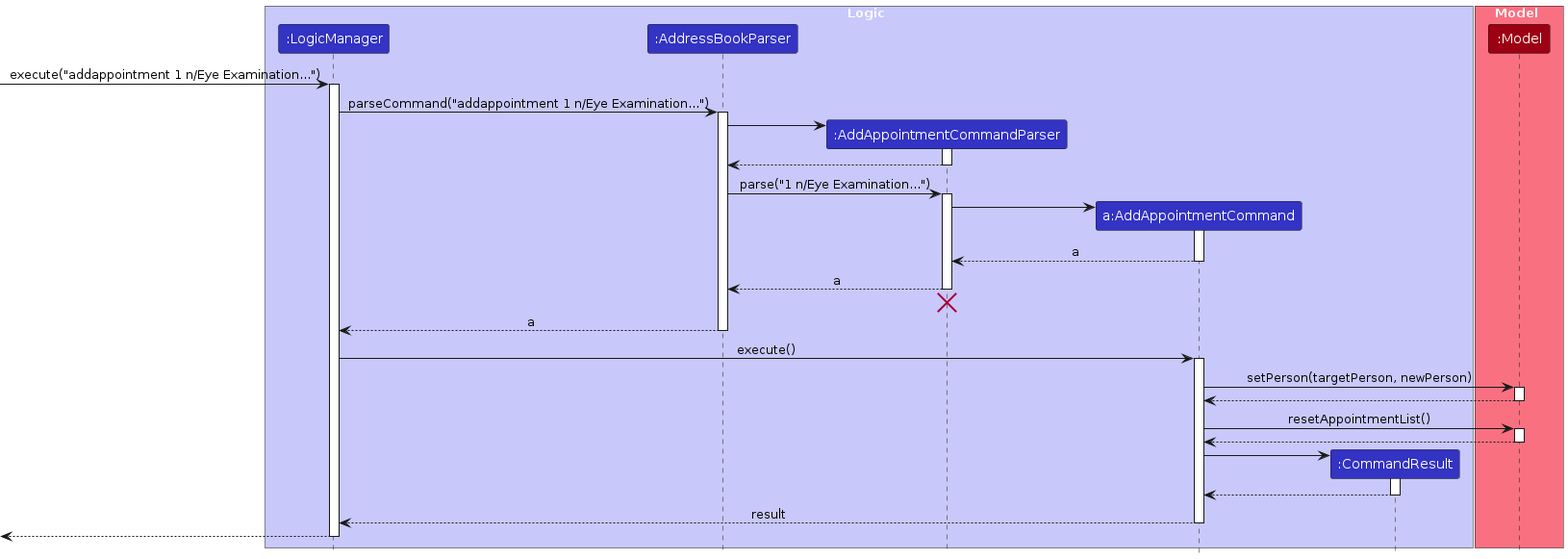
This is diagrams/AddAppointmentSequenceDiagram.png from ryanongwx/tp, a PlantUML export, as it was before one commit. Its source is kept beside it as diagrams/AddAppointmentSequenceDiagram.puml.
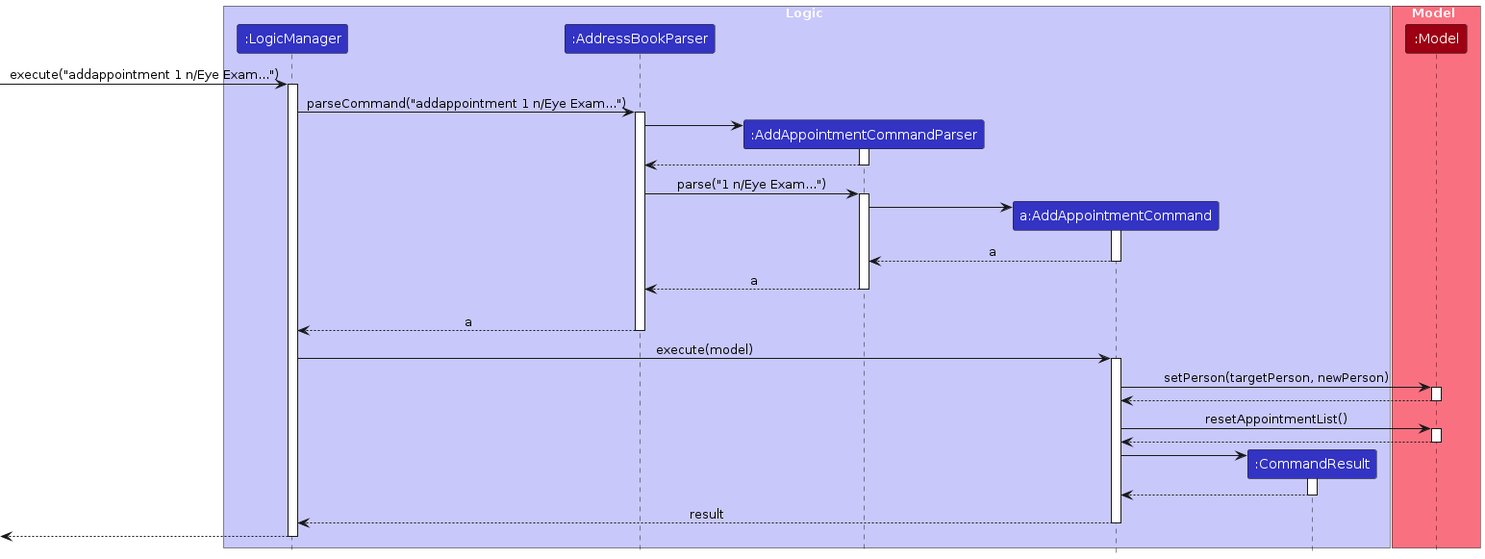
The same diagram one commit later.

What changed in the source:
```diff
@@ -14,10 +14,10 @@
 participant ":Model" as Model MODEL_COLOR
 end box
 
-[-> LogicManager : execute("addappointment 1 n/Eye Examination...")
+[-> LogicManager : execute("addappointment 1 n/Eye Exam...")
 activate LogicManager
 
-LogicManager -> AddressBookParser : parseCommand("addappointment 1 n/Eye Examination...")
+LogicManager -> AddressBookParser : parseCommand("addappointment 1 n/Eye Exam...")
 activate AddressBookParser
 
 create AddAppointmentCommandParser
@@ -27,7 +27,7 @@
 AddAppointmentCommandParser --> AddressBookParser
 deactivate AddAppointmentCommandParser
 
-AddressBookParser -> AddAppointmentCommandParser : parse("1 n/Eye Examination...")
+AddressBookParser -> AddAppointmentCommandParser : parse("1 n/Eye Exam...")
 activate AddAppointmentCommandParser
 
 create AddAppointmentCommand
@@ -40,12 +40,12 @@
 AddAppointmentCommandParser --> AddressBookParser : a
 deactivate AddAppointmentCommandParser
 AddAppointmentCommandParser -[hidden]-> AddressBookParser
-destroy AddAppointmentCommandParser
+deactivate AddAppointmentCommandParser
 
 AddressBookParser --> LogicManager : a
 deactivate AddressBookParser
 
-LogicManager -> AddAppointmentCommand : execute()
+LogicManager -> AddAppointmentCommand : execute(model)
 activate AddAppointmentCommand
 
 AddAppointmentCommand -> Model : setPerson(targetPerson, newPerson)
```
